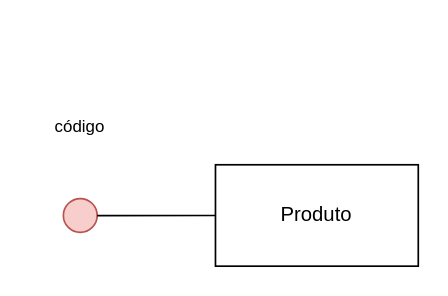
mateus-s-a/IFMT_Eng_Computacao keeps this draw.io diagram as Banco-de-Dados/ex_03_30-04.drawio. Above is the earlier version. Source tidied: cells renumbered, new cells numbered last; positions are measured from the earlier drawing's top-left corner, leaving out a move shared by most shapes. Both pictures are drawn from the tidied source at 169%, with x=0, y=0 at pixel (29, 96).
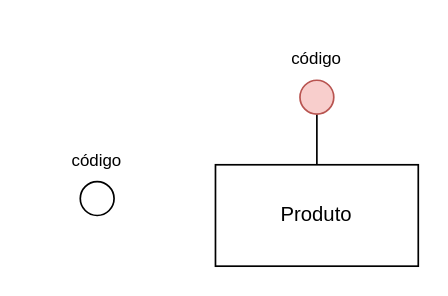
After the change.

The edit, as a diff of the source:
```diff
@@
 <mxGraphModel>
   <root>
     <mxCell id="0" />
     <mxCell id="1" parent="0" />
     <mxCell id="2" value="&lt;div&gt;Produto&lt;/div&gt;" style="rounded=0;whiteSpace=wrap;html=1;" parent="1" vertex="1">
       <mxGeometry x="110" y="40" width="120" height="60" as="geometry" />
     </mxCell>
+    <mxCell id="4" style="endArrow=none;html=1;rounded=0;fontSize=12;startSize=8;endSize=8;curved=1;" parent="1" edge="1" source="3" target="2">
+      <mxGeometry relative="1" as="geometry" />
+    </mxCell>
+    <mxCell id="6" style="group;" parent="1" vertex="1">
+      <mxGeometry x="140" y="-40" width="60" height="50" as="geometry" />
+    </mxCell>
-    <mxCell id="3" style="ellipse;whiteSpace=wrap;html=1;fillColor=#f8cecc;strokeColor=#b85450;" parent="1" vertex="1">
-      <mxGeometry x="20" y="60" width="20" height="20" as="geometry" />
+    <mxCell id="3" style="ellipse;whiteSpace=wrap;html=1;fillColor=#f8cecc;strokeColor=#b85450;" parent="6" vertex="1">
+      <mxGeometry x="20" y="30" width="20" height="20" as="geometry" />
     </mxCell>
-    <mxCell id="4" style="endArrow=none;html=1;rounded=0;fontSize=12;startSize=8;endSize=8;curved=1;" parent="1" edge="1" source="3" target="2">
-      <mxGeometry relative="1" as="geometry" />
-    </mxCell>
-    <mxCell id="5" value="&lt;font size=&quot;1&quot;&gt;código&lt;/font&gt;" style="text;strokeColor=none;align=center;fillColor=none;html=1;verticalAlign=middle;whiteSpace=wrap;rounded=0;fontSize=16;" parent="1" vertex="1">
+    <mxCell id="5" value="&lt;font size=&quot;1&quot;&gt;código&lt;/font&gt;" style="text;strokeColor=none;align=center;fillColor=none;html=1;verticalAlign=middle;whiteSpace=wrap;rounded=0;fontSize=16;" parent="6" vertex="1">
       <mxGeometry width="60" height="30" as="geometry" />
     </mxCell>
+    <mxCell id="7" style="group;" parent="1" vertex="1">
+      <mxGeometry x="10" y="20" width="60" height="50" as="geometry" />
+    </mxCell>
+    <mxCell id="8" style="ellipse;whiteSpace=wrap;html=1;" parent="7" vertex="1">
+      <mxGeometry x="20" y="30" width="20" height="20" as="geometry" />
+    </mxCell>
+    <mxCell id="9" value="&lt;font size=&quot;1&quot;&gt;código&lt;/font&gt;" style="text;strokeColor=none;align=center;fillColor=none;html=1;verticalAlign=middle;whiteSpace=wrap;rounded=0;fontSize=16;" parent="7" vertex="1">
+      <mxGeometry width="60" height="30" as="geometry" />
+    </mxCell>
   </root>
 </mxGraphModel>
```
